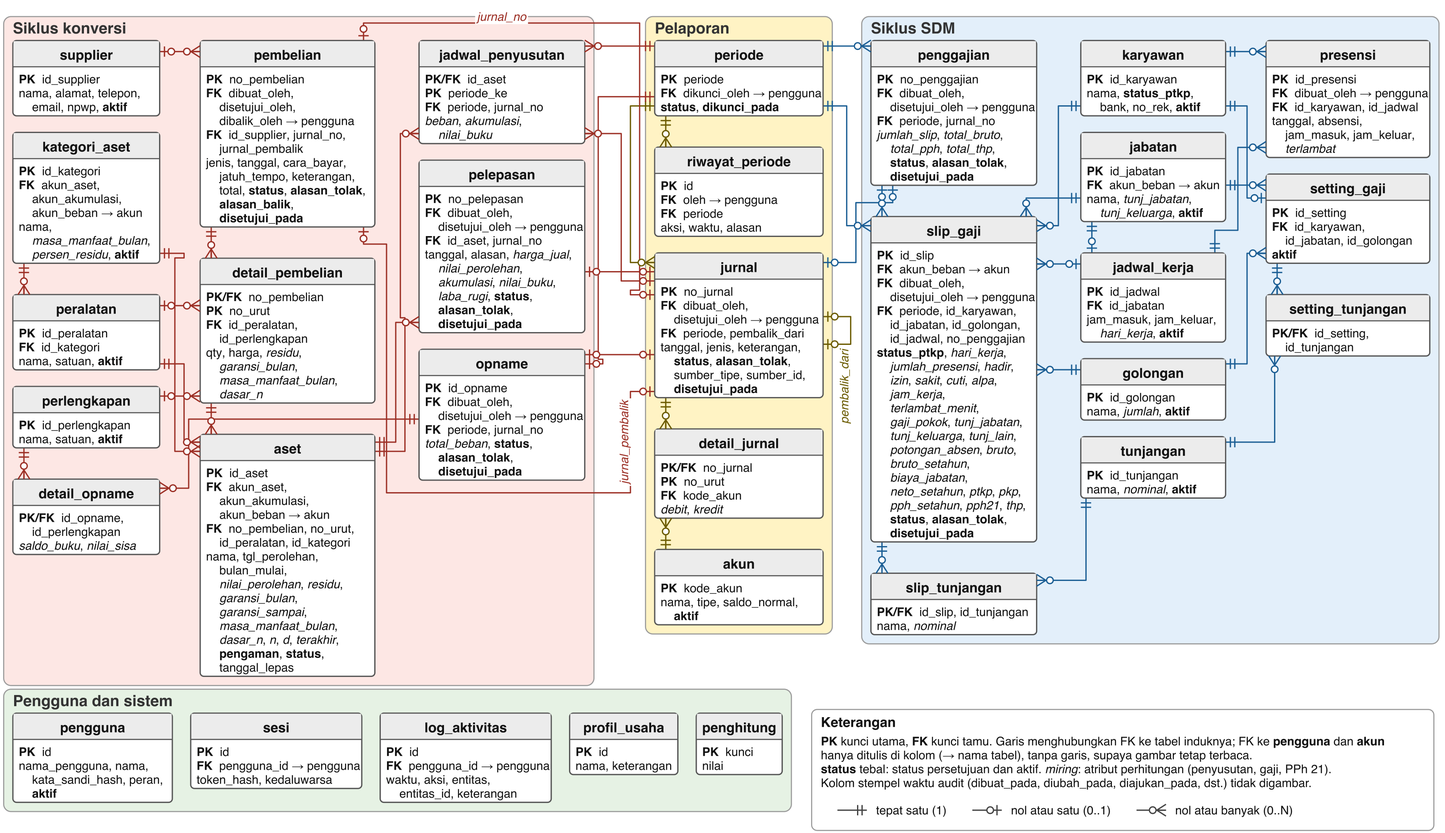
Earlier version of the Mermaid export docs/logical-database.png (Phixinic/uas-sia). Its source is kept beside it as docs/logical-database.mmd.
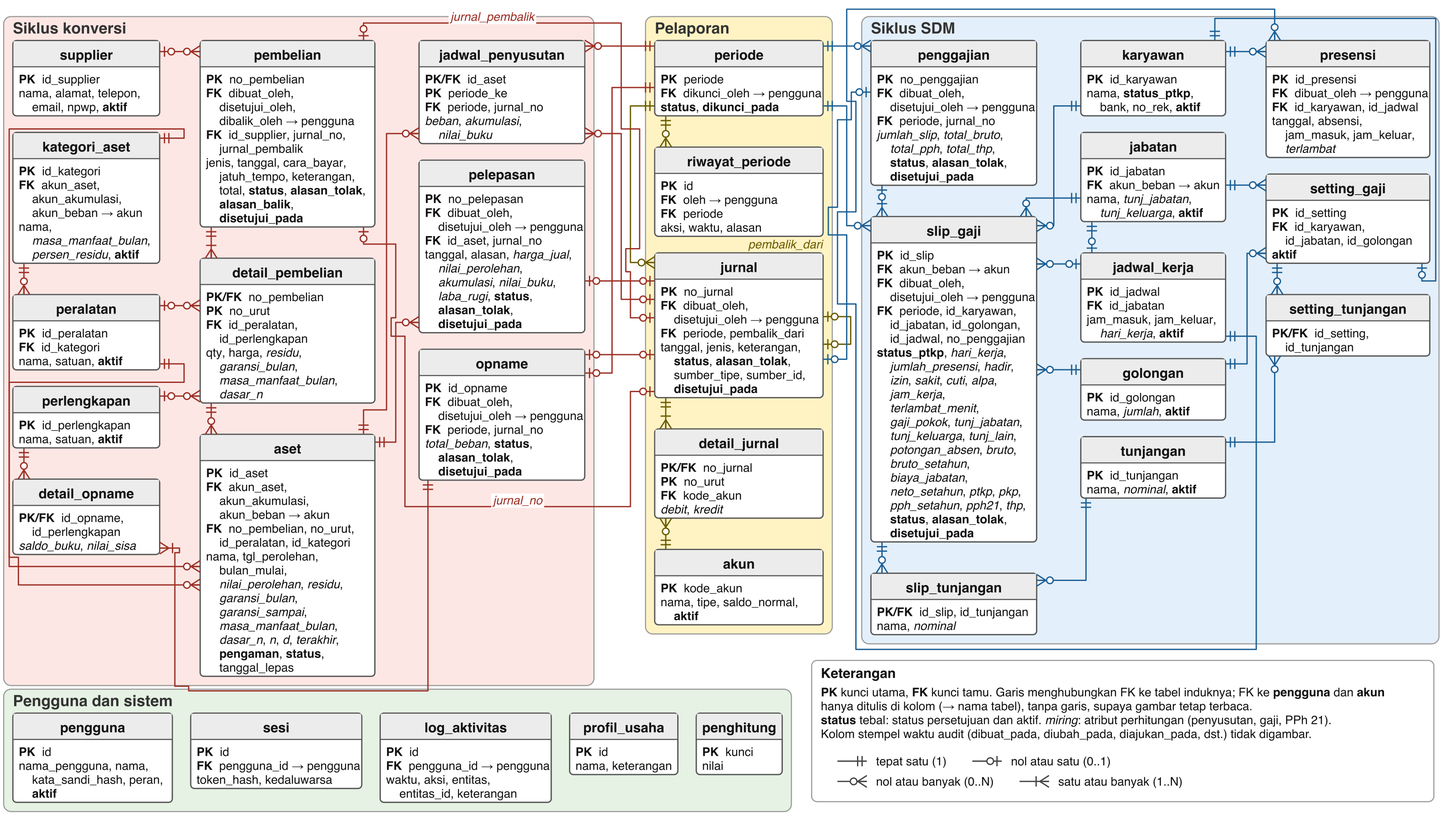
After the change.

Diff of the diagram source:
```diff
@@ -340,11 +340,11 @@
   akun ||--o{ aset : "akun_aset"
   akun ||--o{ aset : "akun_akumulasi"
   akun ||--o{ aset : "akun_beban"
-  jurnal ||--o{ detail_jurnal : "no_jurnal"
+  jurnal ||--|{ detail_jurnal : "no_jurnal"
   akun ||--o{ detail_jurnal : "kode_akun"
-  opname ||--o{ detail_opname : "id_opname"
+  opname ||--|{ detail_opname : "id_opname"
   perlengkapan ||--o{ detail_opname : "id_perlengkapan"
-  pembelian ||--o{ detail_pembelian : "no_pembelian"
+  pembelian ||--|{ detail_pembelian : "no_pembelian"
   peralatan |o--o{ detail_pembelian : "id_peralatan"
   perlengkapan |o--o{ detail_pembelian : "id_perlengkapan"
   akun ||--o{ jabatan : "akun_beban"
@@ -397,7 +397,7 @@
   golongan ||--o{ slip_gaji : "id_golongan"
   jadwal_kerja |o--o{ slip_gaji : "id_jadwal"
   akun ||--o{ slip_gaji : "akun_beban"
-  penggajian |o--o{ slip_gaji : "no_penggajian"
+  penggajian |o--|{ slip_gaji : "no_penggajian"
   pengguna ||--o{ slip_gaji : "dibuat_oleh"
   pengguna |o--o{ slip_gaji : "disetujui_oleh"
   slip_gaji ||--o{ slip_tunjangan : "id_slip"
```
